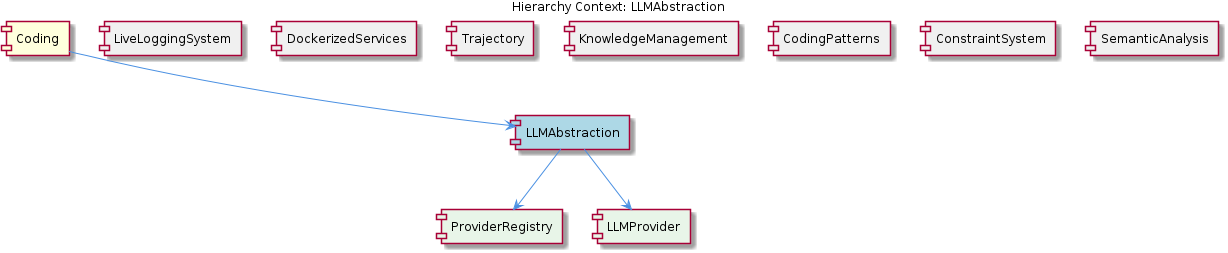
The PlantUML diagram knowledge-management/insights/images/llmabstraction-relationship.png in fwornle/coding, before a commit. Its source is kept beside it as .data/knowledge-graph/insights/puml/llmabstraction-relationship.puml. Source of this version:
```plantuml
@startuml
!include _standard-style.puml

title Hierarchy Context: LLMAbstraction

[Coding] as coding #FFFFDD
[LLMAbstraction] as llmabstraction #LightBlue
[LiveLoggingSystem] as live_logging_system #F0F0F0
[DockerizedServices] as dockerized_services #F0F0F0
[Trajectory] as trajectory #F0F0F0
[KnowledgeManagement] as knowledge_management #F0F0F0
[CodingPatterns] as coding_patterns #F0F0F0
[ConstraintSystem] as constraint_system #F0F0F0
[SemanticAnalysis] as semantic_analysis #F0F0F0
[ProviderRegistry] as provider_registry #E8F5E8
[LLMProvider] as llmprovider #E8F5E8

coding --> llmabstraction
live_logging_system -[hidden]- llmabstraction
dockerized_services -[hidden]- llmabstraction
trajectory -[hidden]- llmabstraction
knowledge_management -[hidden]- llmabstraction
coding_patterns -[hidden]- llmabstraction
constraint_system -[hidden]- llmabstraction
semantic_analysis -[hidden]- llmabstraction
llmabstraction --> provider_registry
llmabstraction --> llmprovider

@enduml
```
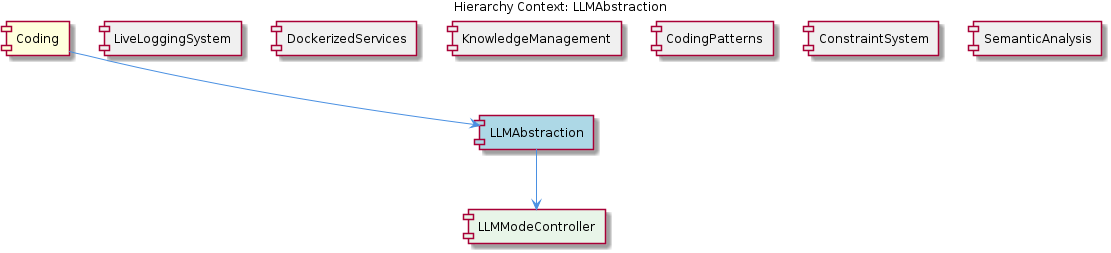
The same file after the commit.

Change to the diagram source:
```diff
@@ -7,23 +7,19 @@
 [LLMAbstraction] as llmabstraction #LightBlue
 [LiveLoggingSystem] as live_logging_system #F0F0F0
 [DockerizedServices] as dockerized_services #F0F0F0
-[Trajectory] as trajectory #F0F0F0
 [KnowledgeManagement] as knowledge_management #F0F0F0
 [CodingPatterns] as coding_patterns #F0F0F0
 [ConstraintSystem] as constraint_system #F0F0F0
 [SemanticAnalysis] as semantic_analysis #F0F0F0
-[ProviderRegistry] as provider_registry #E8F5E8
-[LLMProvider] as llmprovider #E8F5E8
+[LLMModeController] as llmmode_controller #E8F5E8
 
 coding --> llmabstraction
 live_logging_system -[hidden]- llmabstraction
 dockerized_services -[hidden]- llmabstraction
-trajectory -[hidden]- llmabstraction
 knowledge_management -[hidden]- llmabstraction
 coding_patterns -[hidden]- llmabstraction
 constraint_system -[hidden]- llmabstraction
 semantic_analysis -[hidden]- llmabstraction
-llmabstraction --> provider_registry
-llmabstraction --> llmprovider
+llmabstraction --> llmmode_controller
 
 @enduml
```
